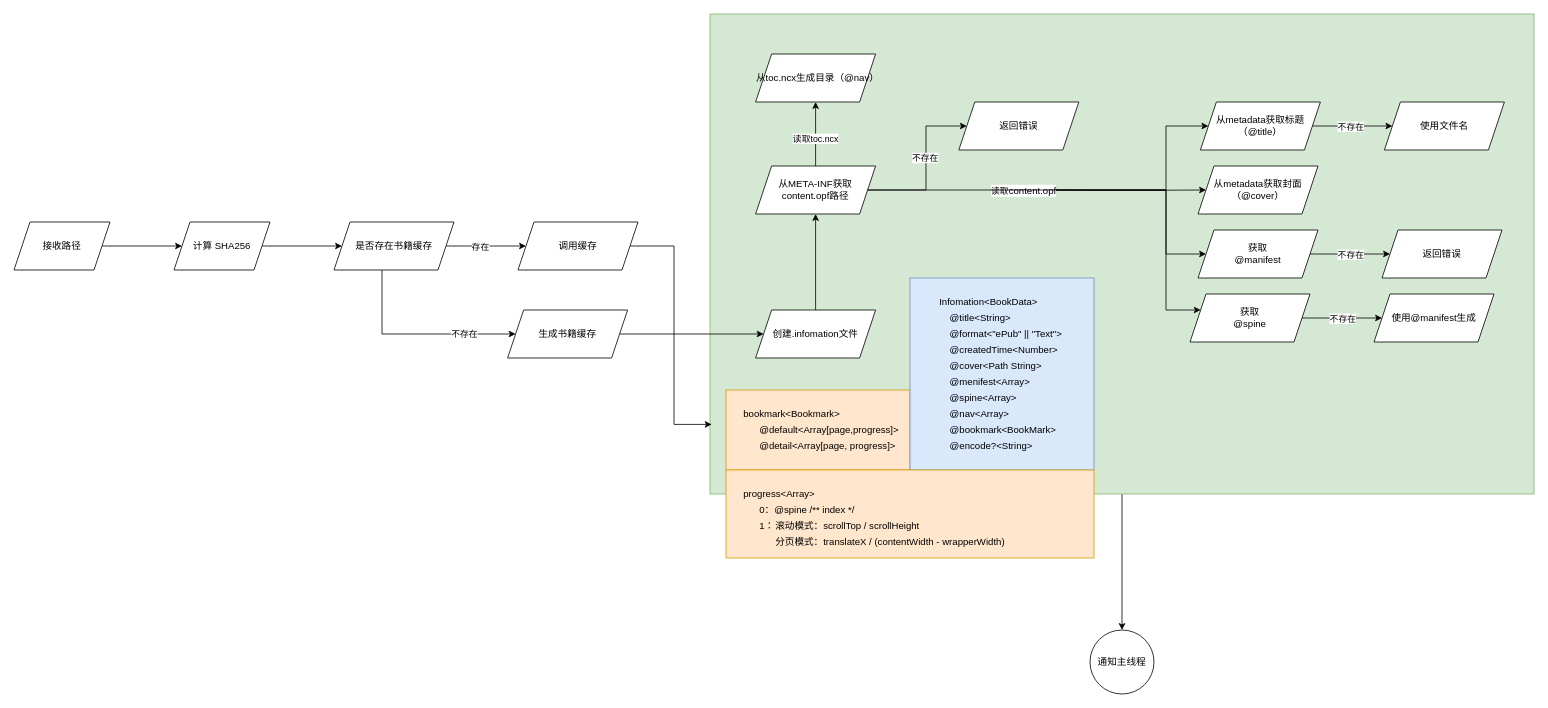
Earlier version of the draw.io diagram page "EPUB" (2 of 4) of blueprint/Process.drawio (nsplup/aReader). Source tidied: cells renumbered, new cells numbered last; positions are measured from the earlier drawing's top-left corner, leaving out a move shared by most shapes. Both pictures are drawn from the tidied source at 80%, with x=0, y=0 at pixel (14, 14).
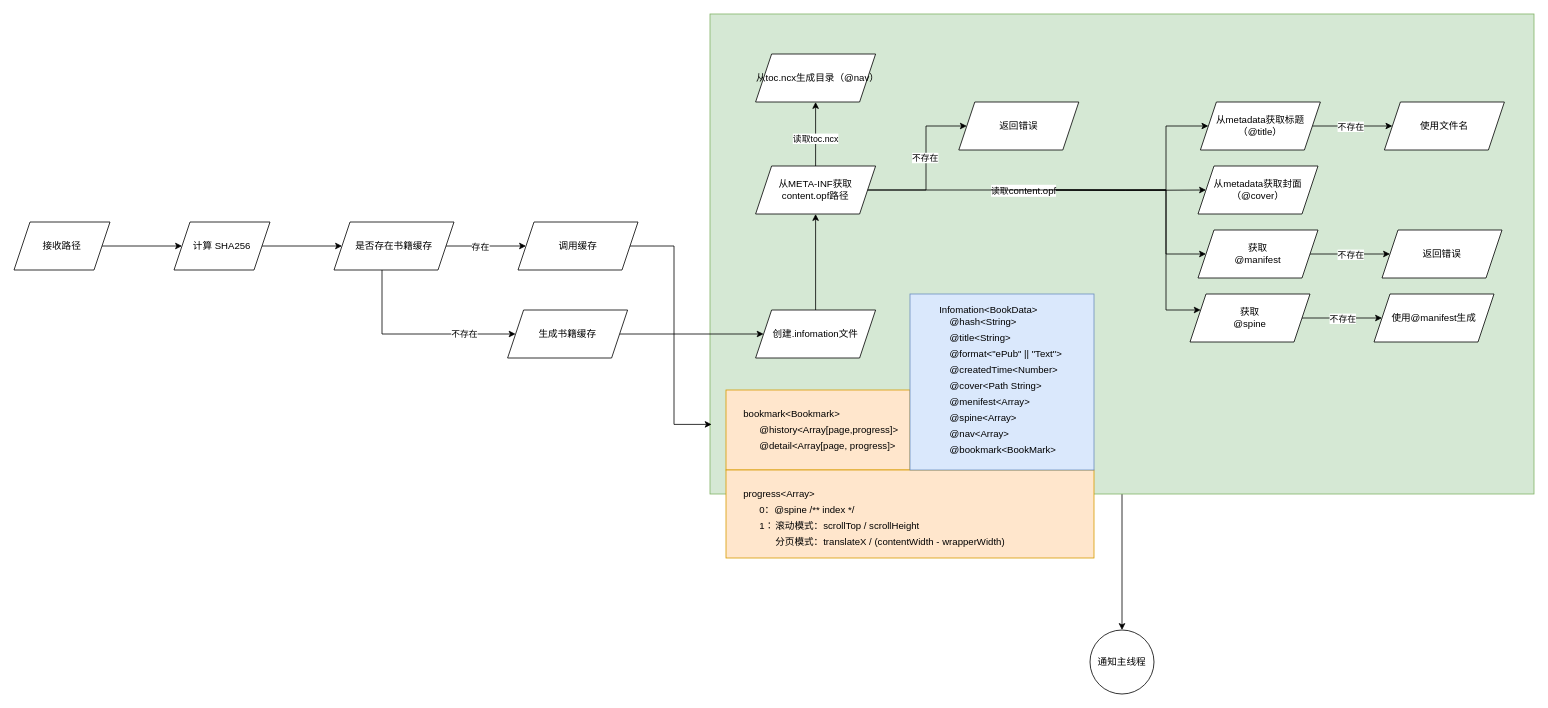
The same diagram, later.

Unchanged cells that the change refers to:
```xml
<mxCell id="45" style="group;" parent="1" vertex="1">
  <mxGeometry x="890" y="470" width="230" height="100" as="geometry" />
</mxCell>
```

Diff of the diagram source:
```diff
@@
-    <mxCell id="48" value="@default&amp;lt;Array[page,progress]&amp;gt;" style="text;html=1;strokeColor=none;fillColor=none;align=left;verticalAlign=middle;whiteSpace=wrap;rounded=0;" parent="45" vertex="1">
+    <mxCell id="48" value="@history&amp;lt;Array[page,progress]&amp;gt;" style="text;html=1;strokeColor=none;fillColor=none;align=left;verticalAlign=middle;whiteSpace=wrap;rounded=0;" parent="45" vertex="1">
       <mxGeometry x="40" y="40" width="180" height="20" as="geometry" />
     </mxCell>
@@
+    <mxCell id="61" style="rounded=0;whiteSpace=wrap;html=1;align=left;fillColor=#ffe6cc;strokeColor=#d79b00;" parent="1" vertex="1">
+      <mxGeometry x="890" y="570" width="460" height="110" as="geometry" />
+    </mxCell>
+    <mxCell id="62" value="progress&amp;lt;Array&amp;gt;" style="text;html=1;strokeColor=none;fillColor=none;align=left;verticalAlign=middle;whiteSpace=wrap;rounded=0;" parent="1" vertex="1">
+      <mxGeometry x="910" y="590" width="132" height="20" as="geometry" />
+    </mxCell>
+    <mxCell id="63" value="0：@spine /** index */" style="text;html=1;strokeColor=none;fillColor=none;align=left;verticalAlign=middle;whiteSpace=wrap;rounded=0;" parent="1" vertex="1">
+      <mxGeometry x="930" y="610" width="180" height="20" as="geometry" />
+    </mxCell>
+    <mxCell id="64" value="1：" style="text;html=1;strokeColor=none;fillColor=none;align=left;verticalAlign=middle;whiteSpace=wrap;rounded=0;" parent="1" vertex="1">
+      <mxGeometry x="930" y="630" width="180" height="20" as="geometry" />
+    </mxCell>
+    <mxCell id="65" value="滚动模式：scrollTop / scrollHeight" style="text;html=1;strokeColor=none;fillColor=none;align=left;verticalAlign=middle;whiteSpace=wrap;rounded=0;" parent="1" vertex="1">
+      <mxGeometry x="950" y="630" width="193" height="20" as="geometry" />
+    </mxCell>
+    <mxCell id="66" value="分页模式：translateX / (contentWidth - wrapperWidth)" style="text;html=1;strokeColor=none;fillColor=none;align=left;verticalAlign=middle;whiteSpace=wrap;rounded=0;" parent="1" vertex="1">
+      <mxGeometry x="950" y="650" width="313" height="20" as="geometry" />
+    </mxCell>
+    <mxCell id="67" style="group;" parent="1" vertex="1">
+      <mxGeometry x="1120" y="350" width="230" height="220" as="geometry" />
+    </mxCell>
-    <mxCell id="50" style="rounded=0;whiteSpace=wrap;html=1;align=left;fillColor=#dae8fc;strokeColor=#6c8ebf;" parent="1" vertex="1">
-      <mxGeometry x="1120" y="330" width="230" height="240" as="geometry" />
+    <mxCell id="50" style="rounded=0;whiteSpace=wrap;html=1;align=left;fillColor=#dae8fc;strokeColor=#6c8ebf;" parent="67" vertex="1">
+      <mxGeometry width="230" height="220" as="geometry" />
     </mxCell>
+    <mxCell id="68" value="@hash&amp;lt;String&amp;gt;" style="text;html=1;strokeColor=none;fillColor=none;align=left;verticalAlign=middle;whiteSpace=wrap;rounded=0;" parent="67" vertex="1">
+      <mxGeometry x="48" y="25" width="80" height="20" as="geometry" />
+    </mxCell>
-    <mxCell id="51" value="Infomation&amp;lt;BookData&amp;gt;" style="text;html=1;strokeColor=none;fillColor=none;align=left;verticalAlign=middle;whiteSpace=wrap;rounded=0;" parent="1" vertex="1">
-      <mxGeometry x="1155" y="350" width="130" height="20" as="geometry" />
+    <mxCell id="51" value="Infomation&amp;lt;BookData&amp;gt;" style="text;html=1;strokeColor=none;fillColor=none;align=left;verticalAlign=middle;whiteSpace=wrap;rounded=0;" parent="67" vertex="1">
+      <mxGeometry x="35" y="10" width="130" height="20" as="geometry" />
     </mxCell>
-    <mxCell id="52" value="@title&amp;lt;String&amp;gt;" style="text;html=1;strokeColor=none;fillColor=none;align=left;verticalAlign=middle;whiteSpace=wrap;rounded=0;" parent="1" vertex="1">
-      <mxGeometry x="1168" y="370" width="80" height="20" as="geometry" />
+    <mxCell id="52" value="@title&amp;lt;String&amp;gt;" style="text;html=1;strokeColor=none;fillColor=none;align=left;verticalAlign=middle;whiteSpace=wrap;rounded=0;" parent="67" vertex="1">
+      <mxGeometry x="48" y="45" width="80" height="20" as="geometry" />
     </mxCell>
-    <mxCell id="53" value="@format&amp;lt;&quot;ePub&quot; || &quot;Text&quot;&amp;gt;" style="text;html=1;strokeColor=none;fillColor=none;align=left;verticalAlign=middle;whiteSpace=wrap;rounded=0;" parent="1" vertex="1">
-      <mxGeometry x="1168" y="390" width="150" height="20" as="geometry" />
+    <mxCell id="53" value="@format&amp;lt;&quot;ePub&quot; || &quot;Text&quot;&amp;gt;" style="text;html=1;strokeColor=none;fillColor=none;align=left;verticalAlign=middle;whiteSpace=wrap;rounded=0;" parent="67" vertex="1">
+      <mxGeometry x="48" y="65" width="150" height="20" as="geometry" />
     </mxCell>
-    <mxCell id="54" value="@&lt;span class=&quot;RichText ztext&quot; itemprop=&quot;text&quot;&gt;createdTime&lt;/span&gt;&amp;lt;Number&amp;gt;" style="text;html=1;strokeColor=none;fillColor=none;align=left;verticalAlign=middle;whiteSpace=wrap;rounded=0;" parent="1" vertex="1">
-      <mxGeometry x="1168" y="410" width="138" height="20" as="geometry" />
+    <mxCell id="54" value="@&lt;span class=&quot;RichText ztext&quot; itemprop=&quot;text&quot;&gt;createdTime&lt;/span&gt;&amp;lt;Number&amp;gt;" style="text;html=1;strokeColor=none;fillColor=none;align=left;verticalAlign=middle;whiteSpace=wrap;rounded=0;" parent="67" vertex="1">
+      <mxGeometry x="48" y="85" width="138" height="20" as="geometry" />
     </mxCell>
-    <mxCell id="55" value="@cover&amp;lt;Path String&amp;gt;" style="text;html=1;strokeColor=none;fillColor=none;align=left;verticalAlign=middle;whiteSpace=wrap;rounded=0;" parent="1" vertex="1">
-      <mxGeometry x="1168" y="430" width="125" height="20" as="geometry" />
+    <mxCell id="55" value="@cover&amp;lt;Path String&amp;gt;" style="text;html=1;strokeColor=none;fillColor=none;align=left;verticalAlign=middle;whiteSpace=wrap;rounded=0;" parent="67" vertex="1">
+      <mxGeometry x="48" y="105" width="125" height="20" as="geometry" />
     </mxCell>
-    <mxCell id="56" value="@menifest&amp;lt;Array&amp;gt;" style="text;html=1;strokeColor=none;fillColor=none;align=left;verticalAlign=middle;whiteSpace=wrap;rounded=0;" parent="1" vertex="1">
-      <mxGeometry x="1168" y="450" width="108" height="20" as="geometry" />
+    <mxCell id="56" value="@menifest&amp;lt;Array&amp;gt;" style="text;html=1;strokeColor=none;fillColor=none;align=left;verticalAlign=middle;whiteSpace=wrap;rounded=0;" parent="67" vertex="1">
+      <mxGeometry x="48" y="125" width="108" height="20" as="geometry" />
     </mxCell>
-    <mxCell id="57" value="@spine&amp;lt;Array&amp;gt;" style="text;html=1;strokeColor=none;fillColor=none;align=left;verticalAlign=middle;whiteSpace=wrap;rounded=0;" parent="1" vertex="1">
-      <mxGeometry x="1168" y="470" width="88" height="20" as="geometry" />
+    <mxCell id="57" value="@spine&amp;lt;Array&amp;gt;" style="text;html=1;strokeColor=none;fillColor=none;align=left;verticalAlign=middle;whiteSpace=wrap;rounded=0;" parent="67" vertex="1">
+      <mxGeometry x="48" y="145" width="88" height="20" as="geometry" />
     </mxCell>
-    <mxCell id="58" value="@nav&amp;lt;Array&amp;gt;" style="text;html=1;strokeColor=none;fillColor=none;align=left;verticalAlign=middle;whiteSpace=wrap;rounded=0;" parent="1" vertex="1">
-      <mxGeometry x="1168" y="490" width="88" height="20" as="geometry" />
+    <mxCell id="58" value="@nav&amp;lt;Array&amp;gt;" style="text;html=1;strokeColor=none;fillColor=none;align=left;verticalAlign=middle;whiteSpace=wrap;rounded=0;" parent="67" vertex="1">
+      <mxGeometry x="48" y="165" width="88" height="20" as="geometry" />
     </mxCell>
-    <mxCell id="59" value="@bookmark&amp;lt;BookMark&amp;gt;" style="text;html=1;strokeColor=none;fillColor=none;align=left;verticalAlign=middle;whiteSpace=wrap;rounded=0;" parent="1" vertex="1">
-      <mxGeometry x="1168" y="510" width="132" height="20" as="geometry" />
+    <mxCell id="59" value="@bookmark&amp;lt;BookMark&amp;gt;" style="text;html=1;strokeColor=none;fillColor=none;align=left;verticalAlign=middle;whiteSpace=wrap;rounded=0;" parent="67" vertex="1">
+      <mxGeometry x="48" y="185" width="132" height="20" as="geometry" />
     </mxCell>
-    <mxCell id="60" value="@encode?&amp;lt;String&amp;gt;" style="text;html=1;strokeColor=none;fillColor=none;align=left;verticalAlign=middle;whiteSpace=wrap;rounded=0;" parent="1" vertex="1">
-      <mxGeometry x="1168" y="530" width="132" height="20" as="geometry" />
-    </mxCell>
-    <mxCell id="61" style="rounded=0;whiteSpace=wrap;html=1;align=left;fillColor=#ffe6cc;strokeColor=#d79b00;" parent="1" vertex="1">
-      <mxGeometry x="890" y="570" width="460" height="110" as="geometry" />
-    </mxCell>
-    <mxCell id="62" value="progress&amp;lt;Array&amp;gt;" style="text;html=1;strokeColor=none;fillColor=none;align=left;verticalAlign=middle;whiteSpace=wrap;rounded=0;" parent="1" vertex="1">
-      <mxGeometry x="910" y="590" width="132" height="20" as="geometry" />
-    </mxCell>
-    <mxCell id="63" value="0：@spine /** index */" style="text;html=1;strokeColor=none;fillColor=none;align=left;verticalAlign=middle;whiteSpace=wrap;rounded=0;" parent="1" vertex="1">
-      <mxGeometry x="930" y="610" width="180" height="20" as="geometry" />
-    </mxCell>
-    <mxCell id="64" value="1：" style="text;html=1;strokeColor=none;fillColor=none;align=left;verticalAlign=middle;whiteSpace=wrap;rounded=0;" parent="1" vertex="1">
-      <mxGeometry x="930" y="630" width="180" height="20" as="geometry" />
-    </mxCell>
-    <mxCell id="65" value="滚动模式：scrollTop / scrollHeight" style="text;html=1;strokeColor=none;fillColor=none;align=left;verticalAlign=middle;whiteSpace=wrap;rounded=0;" parent="1" vertex="1">
-      <mxGeometry x="950" y="630" width="193" height="20" as="geometry" />
-    </mxCell>
-    <mxCell id="66" value="分页模式：translateX / (contentWidth - wrapperWidth)" style="text;html=1;strokeColor=none;fillColor=none;align=left;verticalAlign=middle;whiteSpace=wrap;rounded=0;" parent="1" vertex="1">
-      <mxGeometry x="950" y="650" width="313" height="20" as="geometry" />
-    </mxCell>
```
